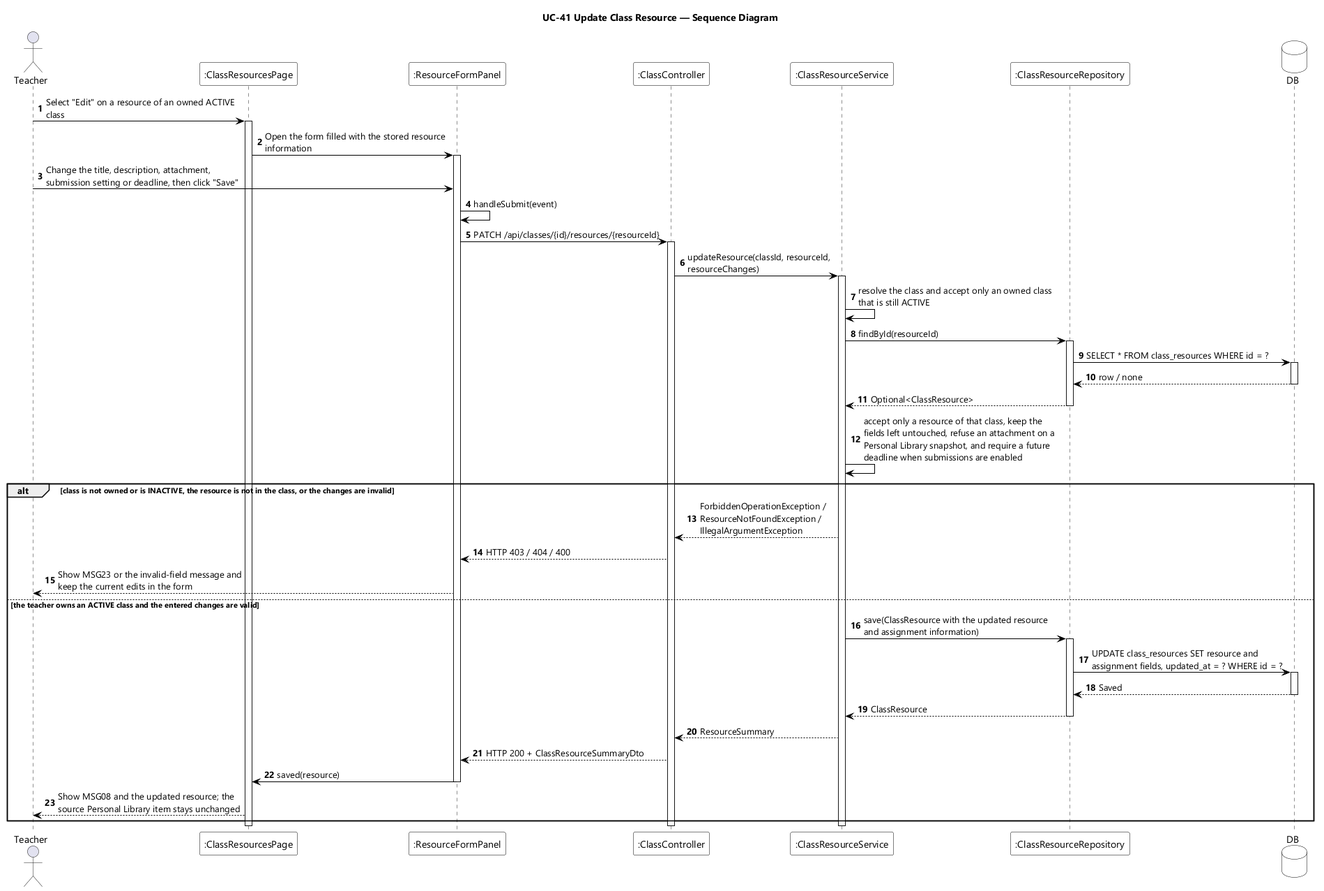
Before: designs/sds-diagrams/uc41/uc41-sequence-diagram.png, a diagram exported from PlantUML (EduA-system/EduA-system). The source it was exported from:
```plantuml
@startuml UC-41 Update Class Resource - Sequence Diagram
skinparamlocked dpi 96
skinparam defaultFontName "Segoe UI"
skinparam shadowing false
skinparam ParticipantBackgroundColor #FFFFFF
skinparam ParticipantBorderColor #000000
skinparam DatabaseBackgroundColor #FFFFFF
skinparam DatabaseBorderColor #000000
skinparam ArrowColor #000000
skinparam sequenceMessageAlign left
skinparam maxMessageSize 280
title UC-41 Update Class Resource — Sequence Diagram

actor Teacher
participant ":ClassResourcesPage" as UI
participant ":ResourceFormPanel" as FORM
participant ":ClassController" as CTL
participant ":ClassResourceService" as SVC
participant ":ClassResourceRepository" as RES
database DB

autonumber
Teacher -> UI : Select "Edit" on a resource of an owned ACTIVE class
activate UI
UI -> FORM : Open the form filled with the stored resource information
activate FORM
Teacher -> FORM : Change the title, description, attachment, submission setting or deadline, then click "Save"
FORM -> FORM : handleSubmit(event)
FORM -> CTL : PATCH /api/classes/{id}/resources/{resourceId}
activate CTL
CTL -> SVC : updateResource(classId, resourceId, resourceChanges)
activate SVC
SVC -> SVC : resolve the class and accept only an owned class that is still ACTIVE
SVC -> RES : findById(resourceId)
activate RES
RES -> DB : SELECT * FROM class_resources WHERE id = ?
activate DB
DB --> RES : row / none
deactivate DB
RES --> SVC : Optional<ClassResource>
deactivate RES
SVC -> SVC : accept only a resource of that class, keep the fields left untouched, refuse an attachment on a Personal Library snapshot, and require a future deadline when submissions are enabled

alt class is not owned or is INACTIVE, the resource is not in the class, or the changes are invalid
  SVC --> CTL : ForbiddenOperationException / ResourceNotFoundException / IllegalArgumentException
  CTL --> FORM : HTTP 403 / 404 / 400
  FORM --> Teacher : Show MSG23 or the invalid-field message and keep the current edits in the form

else the teacher owns an ACTIVE class and the entered changes are valid
  SVC -> RES : save(ClassResource with the updated resource and assignment information)
  activate RES
  RES -> DB : UPDATE class_resources SET resource and assignment fields, updated_at = ? WHERE id = ?
  activate DB
  DB --> RES : Saved
  deactivate DB
  RES --> SVC : ClassResource
  deactivate RES
  SVC --> CTL : ResourceSummary
  CTL --> FORM : HTTP 200 + ClassResourceSummaryDto
  FORM -> UI : saved(resource)
  deactivate FORM
  UI --> Teacher : Show MSG08 and the updated resource; the source Personal Library item stays unchanged
end
deactivate SVC
deactivate CTL
deactivate UI
@enduml
```
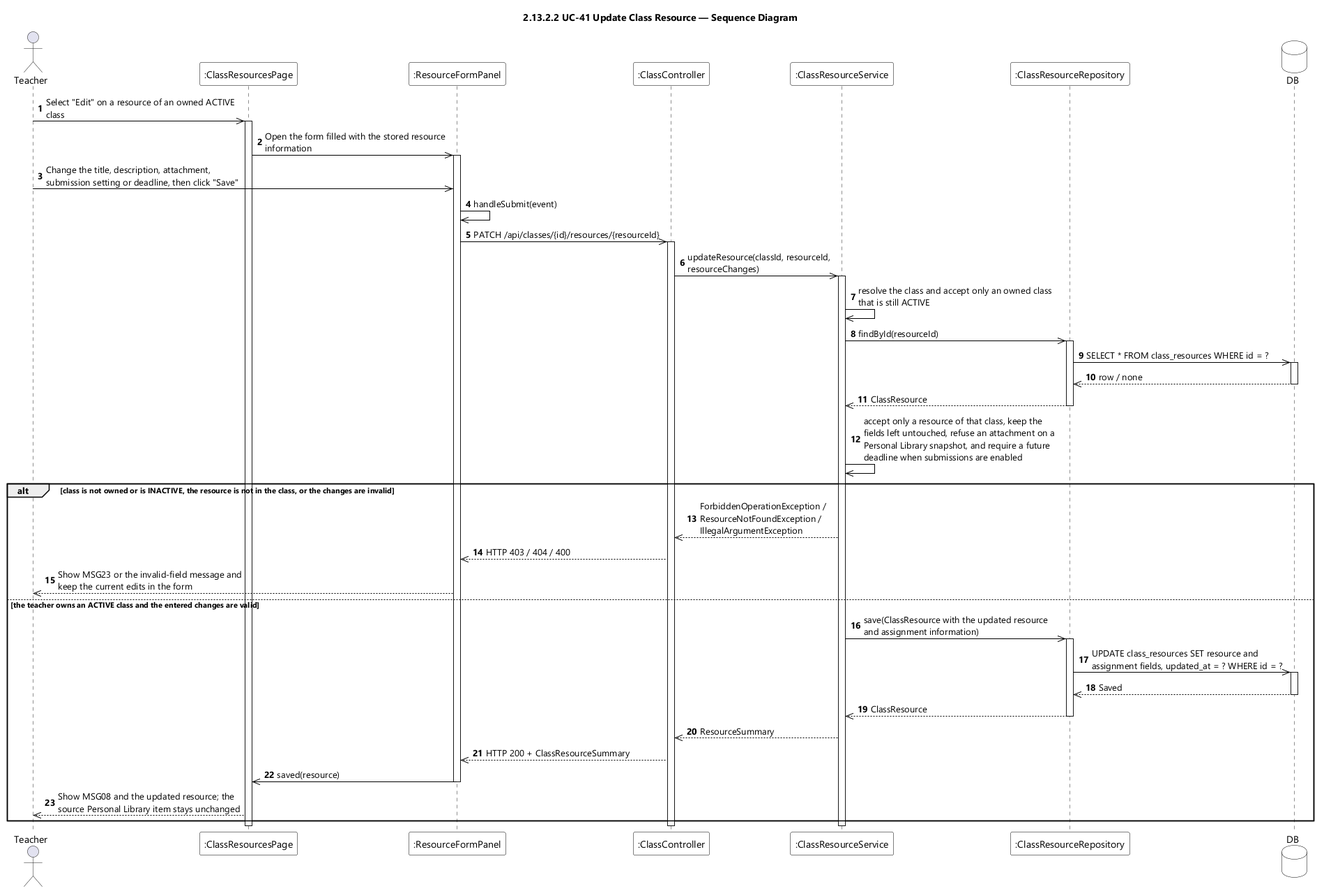
Above is the later version.

The edit, as a diff of the source:
```diff
@@ -9,7 +9,7 @@
 skinparam ArrowColor #000000
 skinparam sequenceMessageAlign left
 skinparam maxMessageSize 280
-title UC-41 Update Class Resource — Sequence Diagram
+title 2.13.2.2 UC-41 Update Class Resource — Sequence Diagram
 
 actor Teacher
 participant ":ClassResourcesPage" as UI
@@ -20,46 +20,46 @@
 database DB
 
 autonumber
-Teacher -> UI : Select "Edit" on a resource of an owned ACTIVE class
+Teacher ->> UI : Select "Edit" on a resource of an owned ACTIVE class
 activate UI
-UI -> FORM : Open the form filled with the stored resource information
+UI ->> FORM : Open the form filled with the stored resource information
 activate FORM
-Teacher -> FORM : Change the title, description, attachment, submission setting or deadline, then click "Save"
-FORM -> FORM : handleSubmit(event)
-FORM -> CTL : PATCH /api/classes/{id}/resources/{resourceId}
+Teacher ->> FORM : Change the title, description, attachment, submission setting or deadline, then click "Save"
+FORM ->> FORM : handleSubmit(event)
+FORM ->> CTL : PATCH /api/classes/{id}/resources/{resourceId}
 activate CTL
-CTL -> SVC : updateResource(classId, resourceId, resourceChanges)
+CTL ->> SVC : updateResource(classId, resourceId, resourceChanges)
 activate SVC
-SVC -> SVC : resolve the class and accept only an owned class that is still ACTIVE
-SVC -> RES : findById(resourceId)
+SVC ->> SVC : resolve the class and accept only an owned class that is still ACTIVE
+SVC ->> RES : findById(resourceId)
 activate RES
-RES -> DB : SELECT * FROM class_resources WHERE id = ?
+RES ->> DB : SELECT * FROM class_resources WHERE id = ?
 activate DB
-DB --> RES : row / none
+DB -->> RES : row / none
 deactivate DB
-RES --> SVC : Optional<ClassResource>
+RES -->> SVC : ClassResource
 deactivate RES
-SVC -> SVC : accept only a resource of that class, keep the fields left untouched, refuse an attachment on a Personal Library snapshot, and require a future deadline when submissions are enabled
+SVC ->> SVC : accept only a resource of that class, keep the fields left untouched, refuse an attachment on a Personal Library snapshot, and require a future deadline when submissions are enabled
 
 alt class is not owned or is INACTIVE, the resource is not in the class, or the changes are invalid
-  SVC --> CTL : ForbiddenOperationException / ResourceNotFoundException / IllegalArgumentException
-  CTL --> FORM : HTTP 403 / 404 / 400
-  FORM --> Teacher : Show MSG23 or the invalid-field message and keep the current edits in the form
+  SVC -->> CTL : ForbiddenOperationException / ResourceNotFoundException / IllegalArgumentException
+  CTL -->> FORM : HTTP 403 / 404 / 400
+  FORM -->> Teacher : Show MSG23 or the invalid-field message and keep the current edits in the form
 
 else the teacher owns an ACTIVE class and the entered changes are valid
-  SVC -> RES : save(ClassResource with the updated resource and assignment information)
+  SVC ->> RES : save(ClassResource with the updated resource and assignment information)
   activate RES
-  RES -> DB : UPDATE class_resources SET resource and assignment fields, updated_at = ? WHERE id = ?
+  RES ->> DB : UPDATE class_resources SET resource and assignment fields, updated_at = ? WHERE id = ?
   activate DB
-  DB --> RES : Saved
+  DB -->> RES : Saved
   deactivate DB
-  RES --> SVC : ClassResource
+  RES -->> SVC : ClassResource
   deactivate RES
-  SVC --> CTL : ResourceSummary
-  CTL --> FORM : HTTP 200 + ClassResourceSummaryDto
-  FORM -> UI : saved(resource)
+  SVC -->> CTL : ResourceSummary
+  CTL -->> FORM : HTTP 200 + ClassResourceSummary
+  FORM ->> UI : saved(resource)
   deactivate FORM
-  UI --> Teacher : Show MSG08 and the updated resource; the source Personal Library item stays unchanged
+  UI -->> Teacher : Show MSG08 and the updated resource; the source Personal Library item stays unchanged
 end
 deactivate SVC
 deactivate CTL
```
